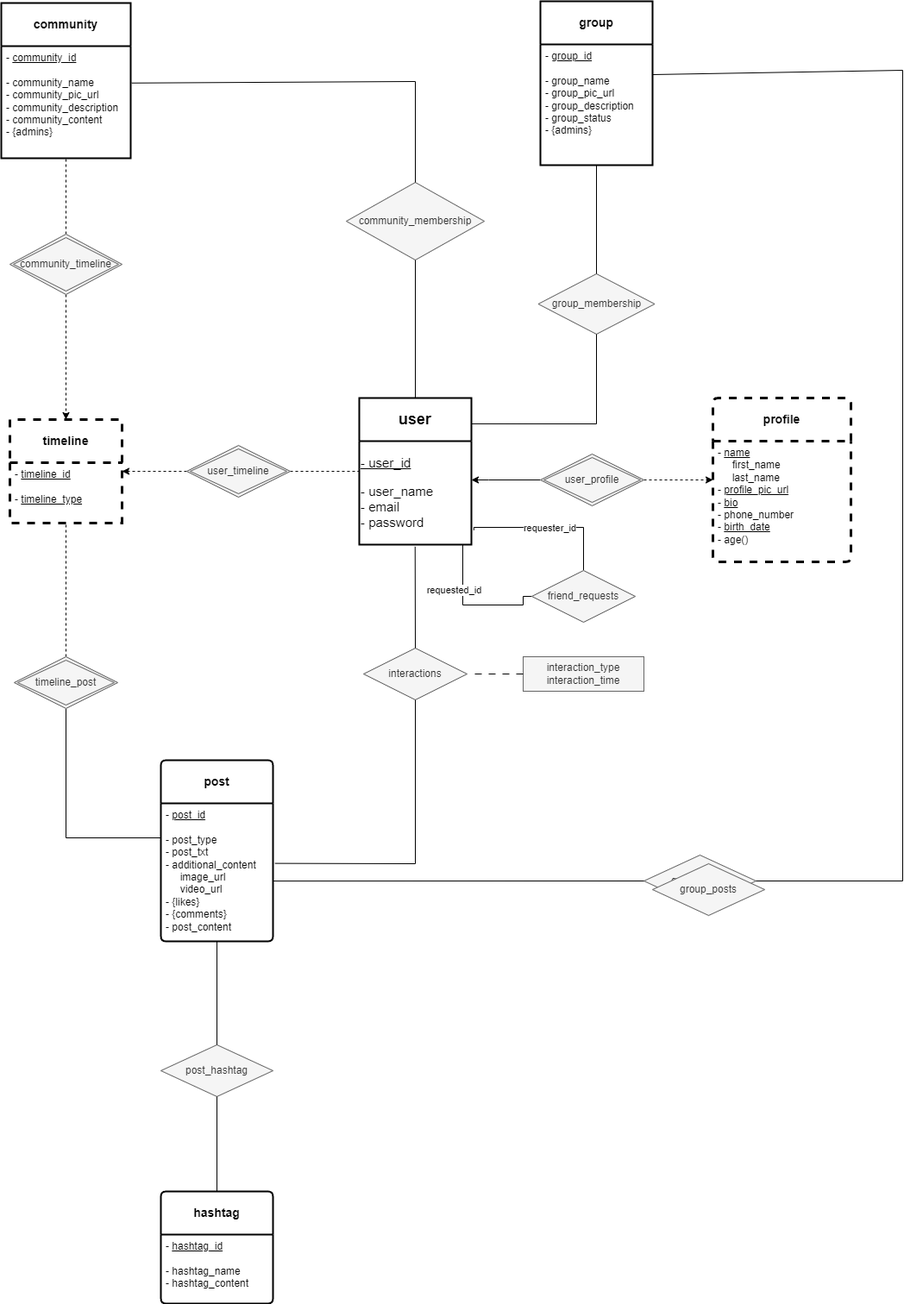
This is new_messenger_project.drawio.png from rezaAalaei/yu-gi-oh_messenger, a draw.io export, as it was before one commit. Source tidied: cells renumbered, new cells last; positions are measured from the earlier drawing's top-left corner, leaving out a move shared by most shapes.
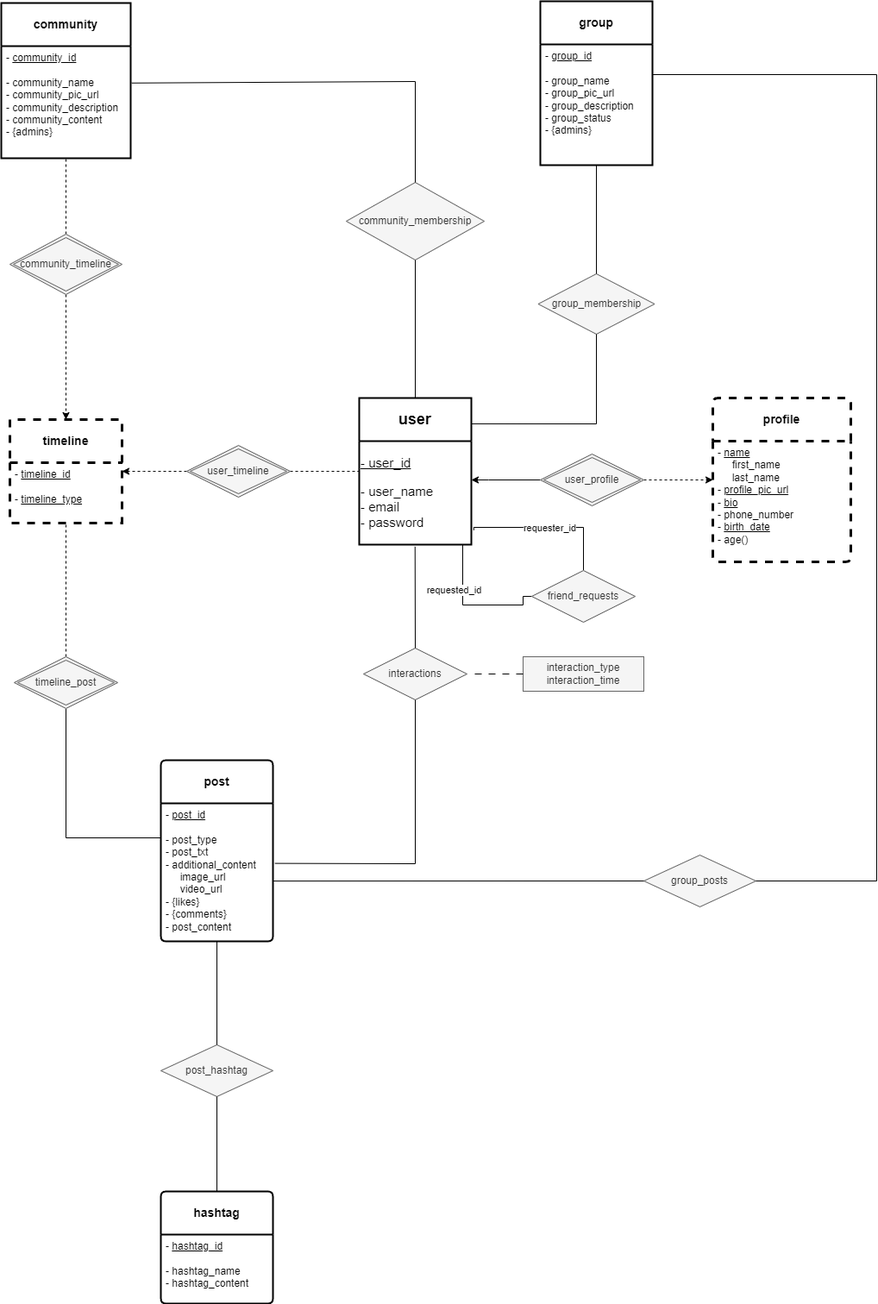
The same file after the commit.

What changed in the source:
```diff
@@ -196,13 +196,10 @@
     <mxCell id="49" style="endArrow=none;html=1;rounded=0;exitX=1;exitY=0.5;exitDx=0;exitDy=0;entryX=1;entryY=0.25;entryDx=0;entryDy=0;" parent="1" edge="1" source="47" target="27">
       <mxGeometry relative="1" as="geometry">
         <Array as="points">
-          <mxPoint x="1045" y="1020" />
-          <mxPoint x="1045" y="80" />
+          <mxPoint x="1015" y="1020" />
+          <mxPoint x="1015" y="85" />
         </Array>
       </mxGeometry>
     </mxCell>
-    <mxCell id="50" value="group_posts" style="shape=rhombus;perimeter=rhombusPerimeter;whiteSpace=wrap;html=1;align=center;fillColor=#f5f5f5;strokeColor=#666666;fontColor=#333333;" parent="1" vertex="1">
-      <mxGeometry x="755" y="1000" width="130" height="60" as="geometry" />
-    </mxCell>
   </root>
 </mxGraphModel>
```
